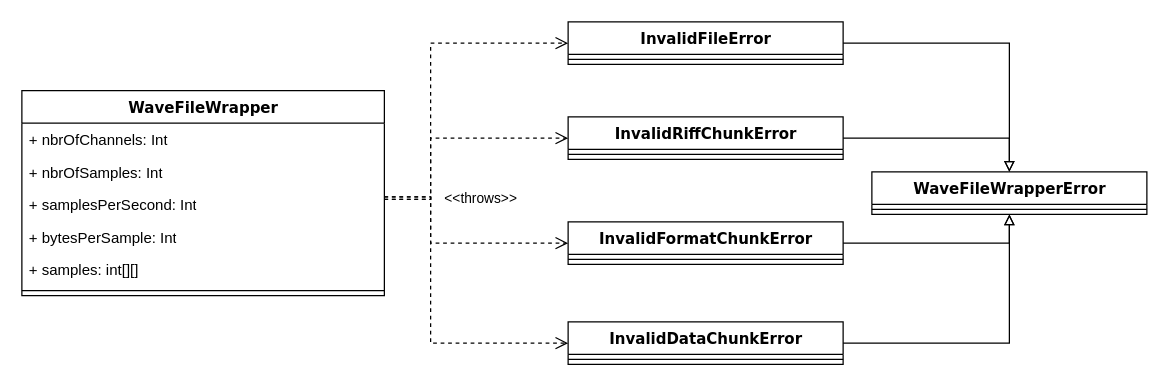
Earlier version of the draw.io diagram page "Page-1" (1 of 2) of doc/assets/wave_file_wrapper.drawio (decibel-threshold-event-displayer/decibel-threshold-event-displayer). Source tidied: cells renumbered, new cells numbered last; positions are measured from the earlier drawing's top-left corner, leaving out a move shared by most shapes. Both pictures are drawn from the tidied source at 125%, with x=0, y=0 at pixel (21, 21).
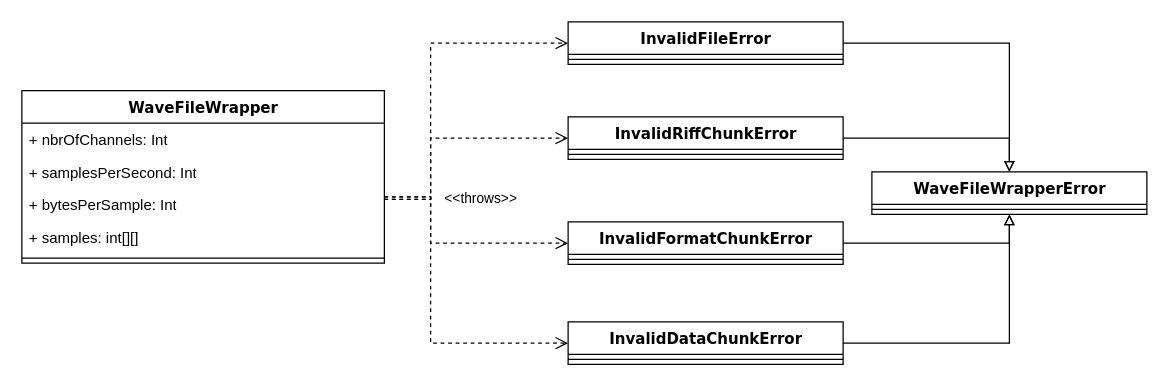
Above is the later version.

Diff of the diagram source:
```diff
@@
     <mxCell id="2" value="WaveFileWrapper" style="swimlane;html=1;fontStyle=1;align=center;verticalAlign=top;horizontal=1;startSize=26;swimlaneFillColor=#ffffff;rounded=0;shadow=0;comic=0;labelBackgroundColor=none;strokeWidth=1;fillColor=none;fontFamily=Verdana;fontSize=12;" parent="1" vertex="1">
-      <mxGeometry y="55" width="290" height="164" as="geometry" />
+      <mxGeometry y="55" width="290" height="138" as="geometry" />
     </mxCell>
@@
-    <mxCell id="4" value="+ nbrOfSamples: Int" style="text;html=1;strokeColor=none;fillColor=none;align=left;verticalAlign=top;spacingLeft=4;spacingRight=4;whiteSpace=wrap;overflow=hidden;" parent="2" vertex="1">
-      <mxGeometry y="52" width="290" height="26" as="geometry" />
-    </mxCell>
     <mxCell id="5" value="+ samplesPerSecond: Int" style="text;html=1;strokeColor=none;fillColor=none;align=left;verticalAlign=top;spacingLeft=4;spacingRight=4;whiteSpace=wrap;overflow=hidden;" parent="2" vertex="1">
-      <mxGeometry y="78" width="290" height="26" as="geometry" />
+      <mxGeometry y="52" width="290" height="26" as="geometry" />
     </mxCell>
     <mxCell id="6" value="+ bytesPerSample: Int" style="text;html=1;strokeColor=none;fillColor=none;align=left;verticalAlign=top;spacingLeft=4;spacingRight=4;whiteSpace=wrap;overflow=hidden;" parent="2" vertex="1">
-      <mxGeometry y="104" width="290" height="26" as="geometry" />
+      <mxGeometry y="78" width="290" height="26" as="geometry" />
     </mxCell>
     <mxCell id="7" value="+ samples: int[][]" style="text;html=1;strokeColor=none;fillColor=none;align=left;verticalAlign=top;spacingLeft=4;spacingRight=4;whiteSpace=wrap;overflow=hidden;" parent="2" vertex="1">
-      <mxGeometry y="130" width="290" height="26" as="geometry" />
+      <mxGeometry y="104" width="290" height="26" as="geometry" />
     </mxCell>
     <mxCell id="8" style="line;html=1;strokeWidth=1;fillColor=none;align=left;verticalAlign=middle;spacingTop=-1;spacingLeft=3;spacingRight=3;labelPosition=right;" parent="2" vertex="1">
-      <mxGeometry y="156" width="290" height="8" as="geometry" />
+      <mxGeometry y="130" width="290" height="8" as="geometry" />
     </mxCell>
```
